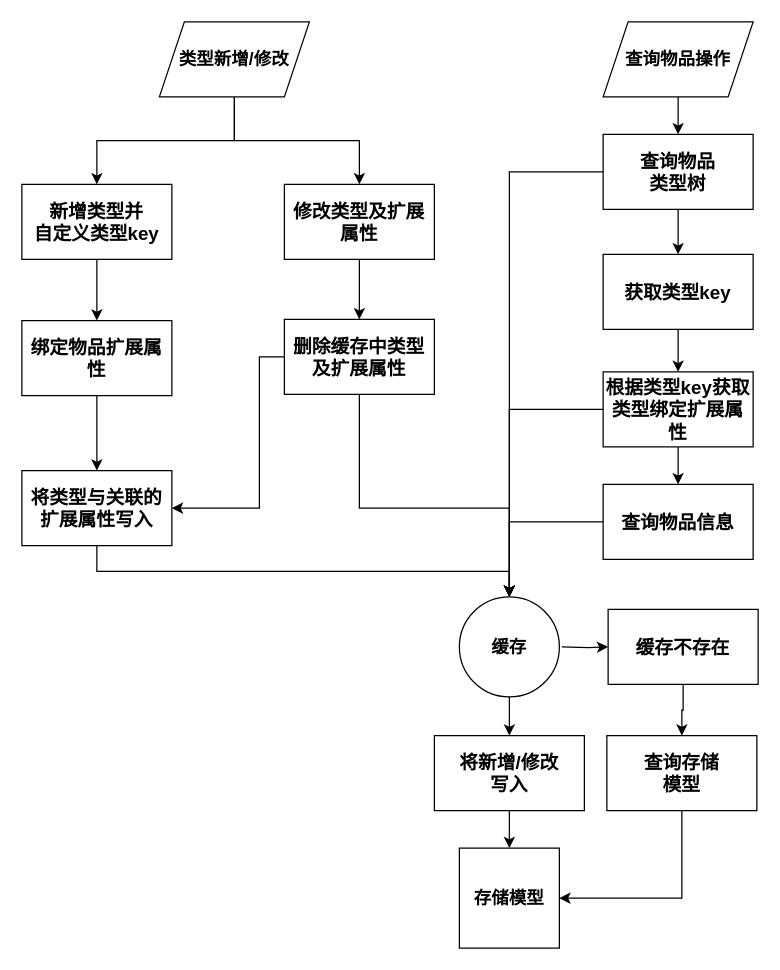
sjxbg/xmindfile keeps this draw.io diagram as 专利-存储模型与缓存交互逻辑.drawio. Above is the earlier version. Source tidied: cells renumbered, new cells numbered last; positions are measured from the earlier drawing's top-left corner, leaving out a move shared by most shapes. Both pictures are drawn from the tidied source at 125%, with x=0, y=0 at pixel (21, 21).
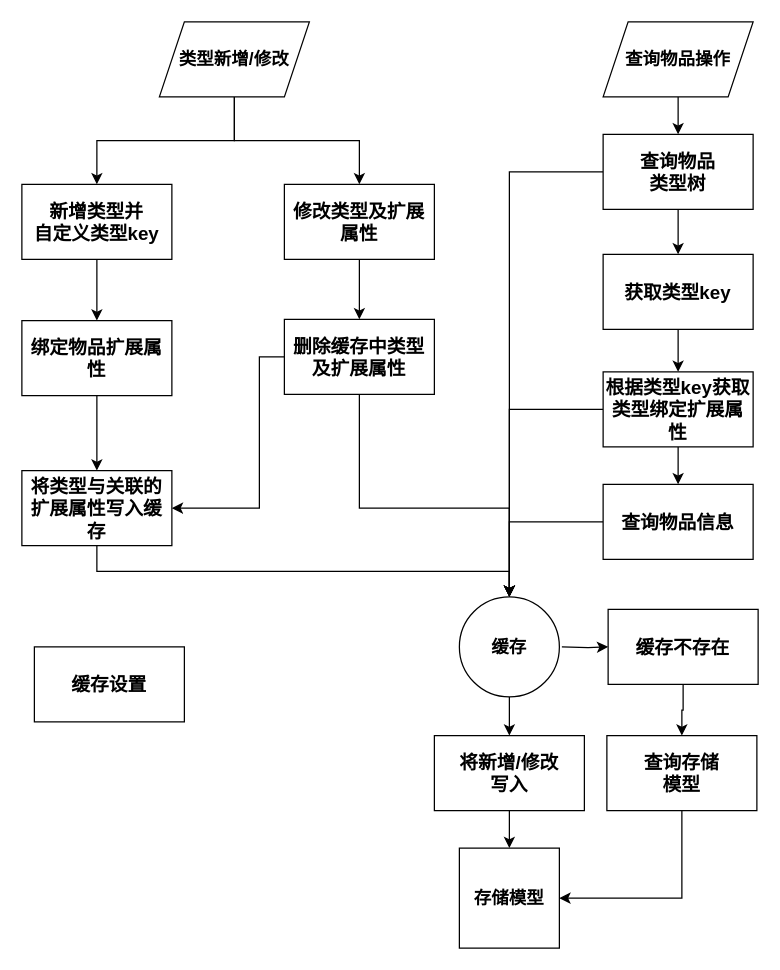
Above is the later version.

Commit message (it also covers changes not shown here):
更新专利-存储模型与缓存交互逻辑.drawio

What changed in the source:
```diff
@@
-    <mxCell id="7" value="&lt;div&gt;将类型与关联的&lt;/div&gt;&lt;div&gt;扩展属性写入&lt;/div&gt;" style="rounded=0;whiteSpace=wrap;html=1;fontStyle=1;fontSize=15;" parent="1" vertex="1">
+    <mxCell id="7" value="&lt;div&gt;将类型与关联的&lt;/div&gt;&lt;div&gt;扩展属性写入缓存&lt;/div&gt;" style="rounded=0;whiteSpace=wrap;html=1;fontStyle=1;fontSize=15;" parent="1" vertex="1">
       <mxGeometry y="359" width="120" height="60" as="geometry" />
     </mxCell>
@@
+    <mxCell id="38" value="缓存设置" style="rounded=0;whiteSpace=wrap;html=1;fontStyle=1;fontSize=15;" parent="1" vertex="1">
+      <mxGeometry x="10" y="500" width="120" height="60" as="geometry" />
+    </mxCell>
```
